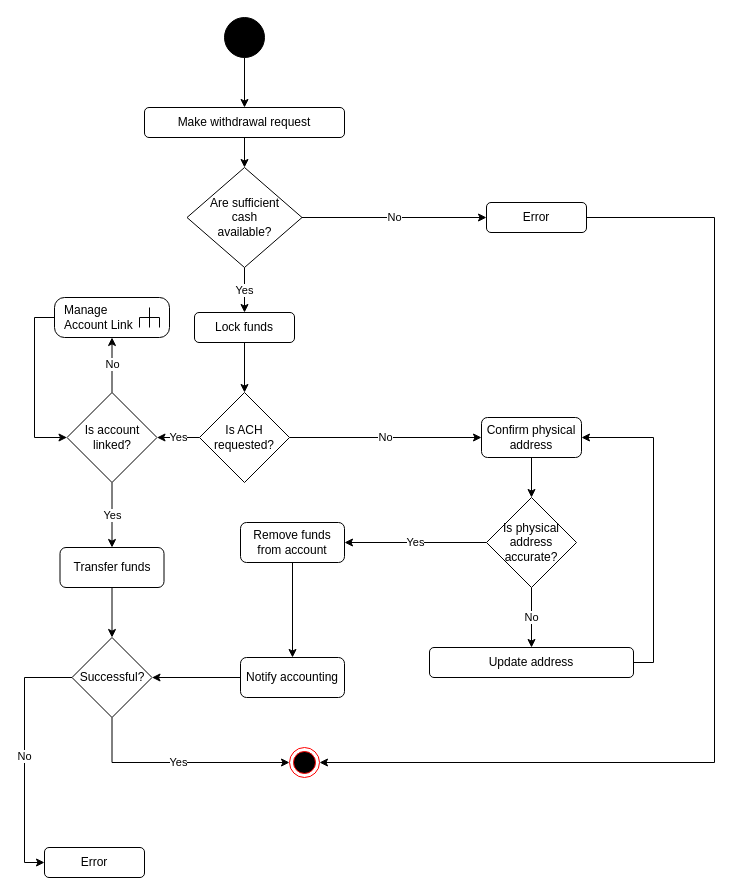
dgboulger/SpoofTraderMarket keeps this draw.io diagram as UC10:WithdrawCash.drawio. Above is the earlier version. Source tidied: cells renumbered, new cells numbered last; positions are measured from the earlier drawing's top-left corner, leaving out a move shared by most shapes. Both pictures are drawn from the tidied source at 100%, with x=0, y=0 at pixel (44, 17).
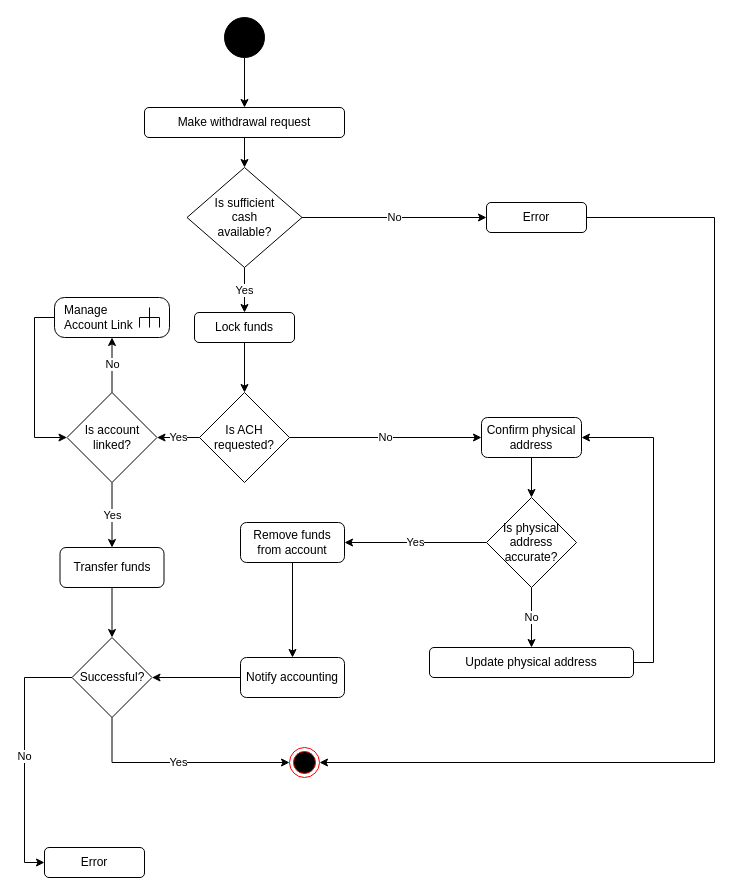
The same page after the edit.

The edit, as a diff of the source:
```diff
@@
-    <mxCell id="8" value="Are sufficient &lt;br&gt;cash &lt;br&gt;available?" style="rhombus;whiteSpace=wrap;html=1;fillColor=#FFFFFF;" parent="1" vertex="1">
+    <mxCell id="8" value="Is sufficient &lt;br&gt;cash &lt;br&gt;available?" style="rhombus;whiteSpace=wrap;html=1;fillColor=#FFFFFF;" parent="1" vertex="1">
       <mxGeometry x="142.5" y="150" width="115" height="100" as="geometry" />
     </mxCell>
@@
-    <mxCell id="27" value="Update address" style="rounded=1;whiteSpace=wrap;html=1;fillColor=#FFFFFF;" parent="1" vertex="1">
+    <mxCell id="27" value="Update physical address" style="rounded=1;whiteSpace=wrap;html=1;fillColor=#FFFFFF;" parent="1" vertex="1">
       <mxGeometry x="385" y="630" width="204" height="30" as="geometry" />
     </mxCell>
```
